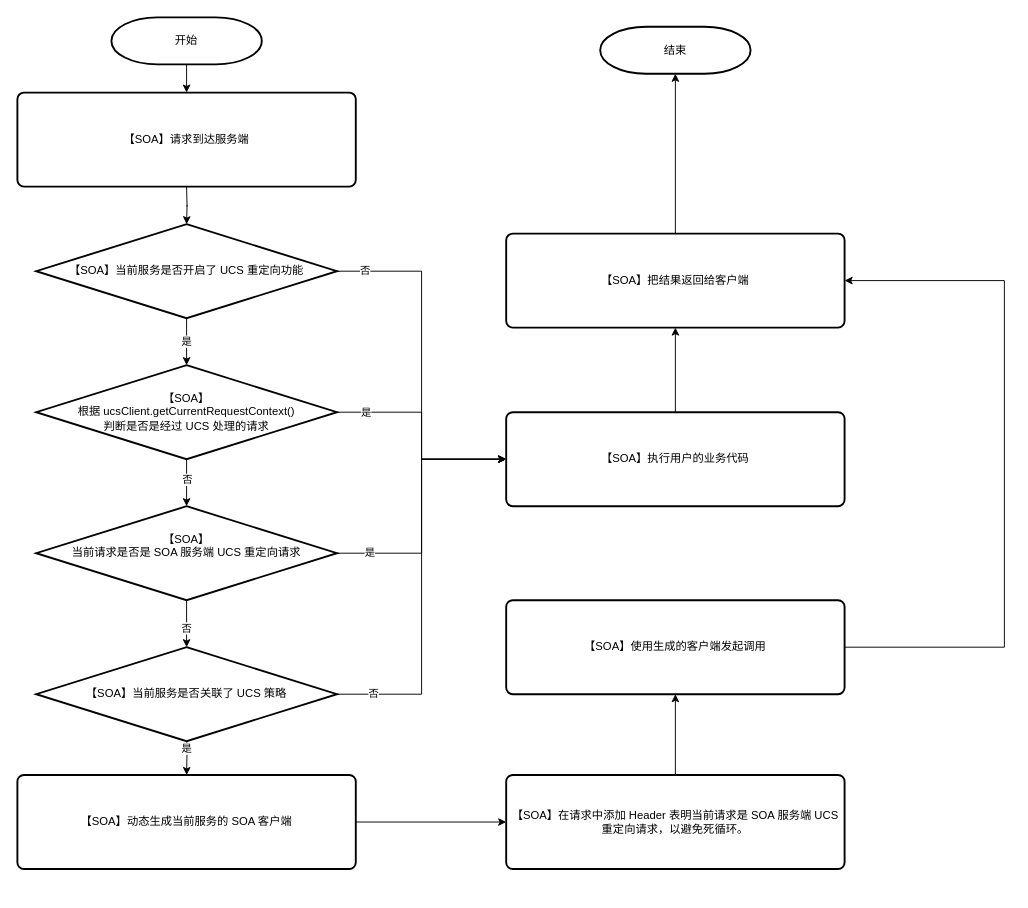
Above: 服务端UCS策略.drawio in jian1106/diagrams (draw.io), before the change. Source tidied: cells renumbered, new cells numbered last; positions are measured from the earlier drawing's top-left corner, leaving out a move shared by most shapes. Both pictures are drawn from the tidied source at 94%, with x=0, y=0 at pixel (17, 17).
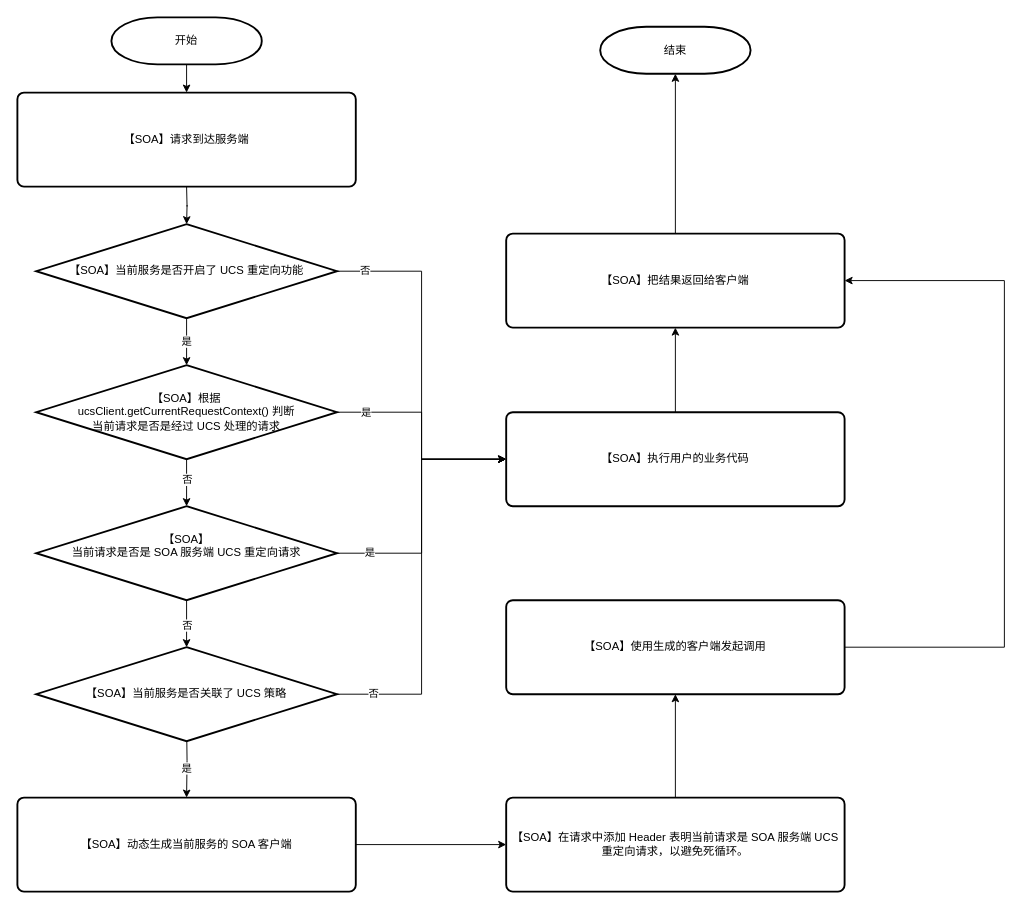
The same diagram, later.

Commit message (it also covers changes not shown here):
更新服务端UCS策略.drawio

Unchanged cells that the change refers to:
```xml
<mxCell id="13" style="edgeStyle=orthogonalEdgeStyle;rounded=0;jettySize=auto;html=1;exitX=0.5;exitY=1;exitDx=0;exitDy=0;exitPerimeter=0;entryX=0.5;entryY=0;entryDx=0;entryDy=0;entryPerimeter=0;" parent="1" edge="1" source="16" target="29">
  <mxGeometry relative="1" as="geometry" />
</mxCell>
```

The edit, as a diff of the source:
```diff
@@
     <mxCell id="6" value="【SOA】在请求中添加 Header 表明当前请求是 SOA 服务端 UCS 重定向请求，以避免死循环。" style="rounded=1;whiteSpace=wrap;html=1;absoluteArcSize=1;arcSize=14;strokeWidth=2;" parent="1" vertex="1">
-      <mxGeometry x="520" y="806" width="360" height="100" as="geometry" />
+      <mxGeometry x="520" y="830" width="360" height="100" as="geometry" />
     </mxCell>
@@
-    <mxCell id="11" value="【SOA】&lt;br&gt;根据 ucsClient.getCurrentRequestContext()&lt;br&gt;判断是否是经过 UCS 处理的请求" style="strokeWidth=2;html=1;shape=mxgraph.flowchart.decision;whiteSpace=wrap;" parent="1" vertex="1">
+    <mxCell id="11" value="【SOA】根据 &lt;br&gt;ucsClient.getCurrentRequestContext() 判断&lt;br&gt;当前请求是否是经过 UCS 处理的请求" style="strokeWidth=2;html=1;shape=mxgraph.flowchart.decision;whiteSpace=wrap;" parent="1" vertex="1">
       <mxGeometry x="20" y="370" width="320" height="100" as="geometry" />
     </mxCell>
     <mxCell id="12" value="是" style="edgeStyle=orthogonalEdgeStyle;rounded=0;jettySize=auto;html=1;entryX=0.5;entryY=0;entryDx=0;entryDy=0;" parent="1" edge="1" target="18">
-      <mxGeometry x="0.02" relative="1" as="geometry">
+      <mxGeometry x="0.25" relative="1" as="geometry">
         <mxPoint x="180" y="750" as="sourcePoint" />
       </mxGeometry>
     </mxCell>
@@
     <mxCell id="14" value="否" style="edgeLabel;html=1;align=center;verticalAlign=middle;" parent="13" vertex="1">
-      <mxGeometry x="0.16" y="-1" relative="1" as="geometry" />
+      <mxGeometry x="0.16" y="-1" relative="1" as="geometry">
+        <mxPoint x="1" y="-3" as="offset" />
+      </mxGeometry>
     </mxCell>
@@
     <mxCell id="18" value="【SOA】动态生成当前服务的 SOA 客户端" style="rounded=1;whiteSpace=wrap;html=1;absoluteArcSize=1;arcSize=14;strokeWidth=2;" parent="1" vertex="1">
-      <mxGeometry y="806" width="360" height="100" as="geometry" />
+      <mxGeometry y="830" width="360" height="100" as="geometry" />
     </mxCell>
```
